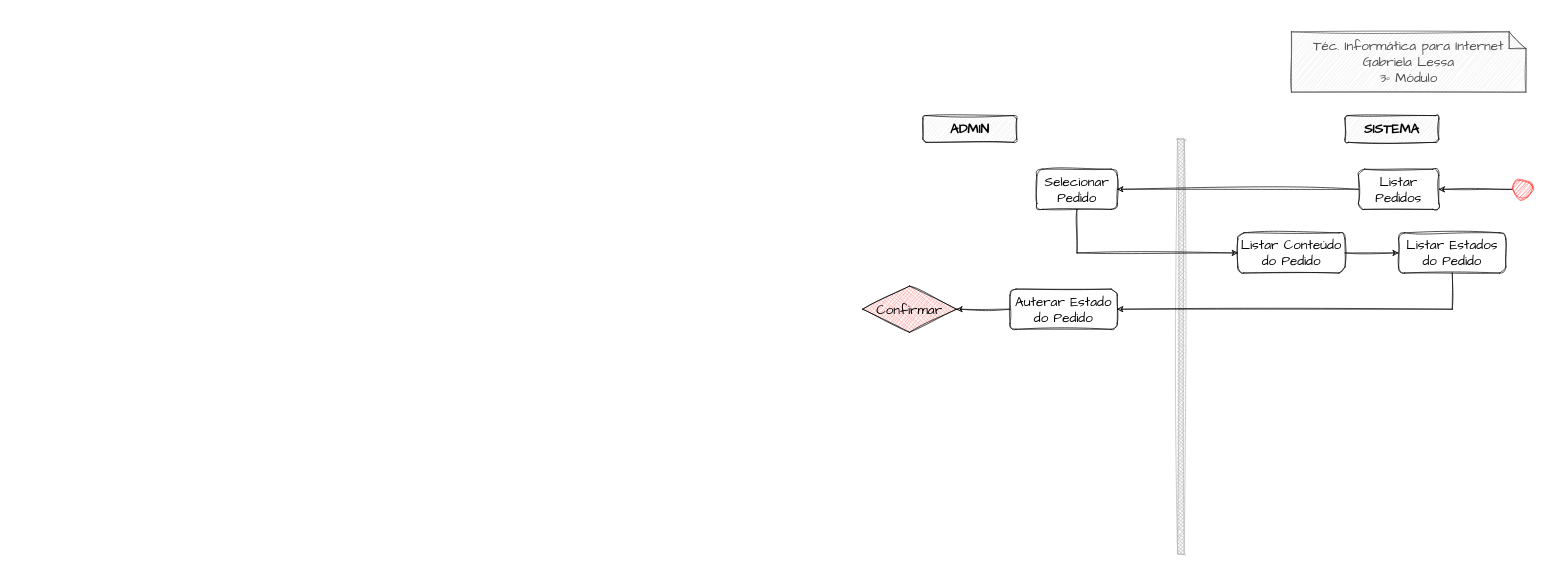
Earlier version of the draw.io diagram D.A - Gerenciando Pedidos.drawio (gabi-lessa/AnaliseProjetoSistemas). Source tidied: cells renumbered, new cells numbered last; positions are measured from the earlier drawing's top-left corner, leaving out a move shared by most shapes. Both pictures are drawn from the tidied source at 67%, with x=0, y=0 at pixel (862, 31).
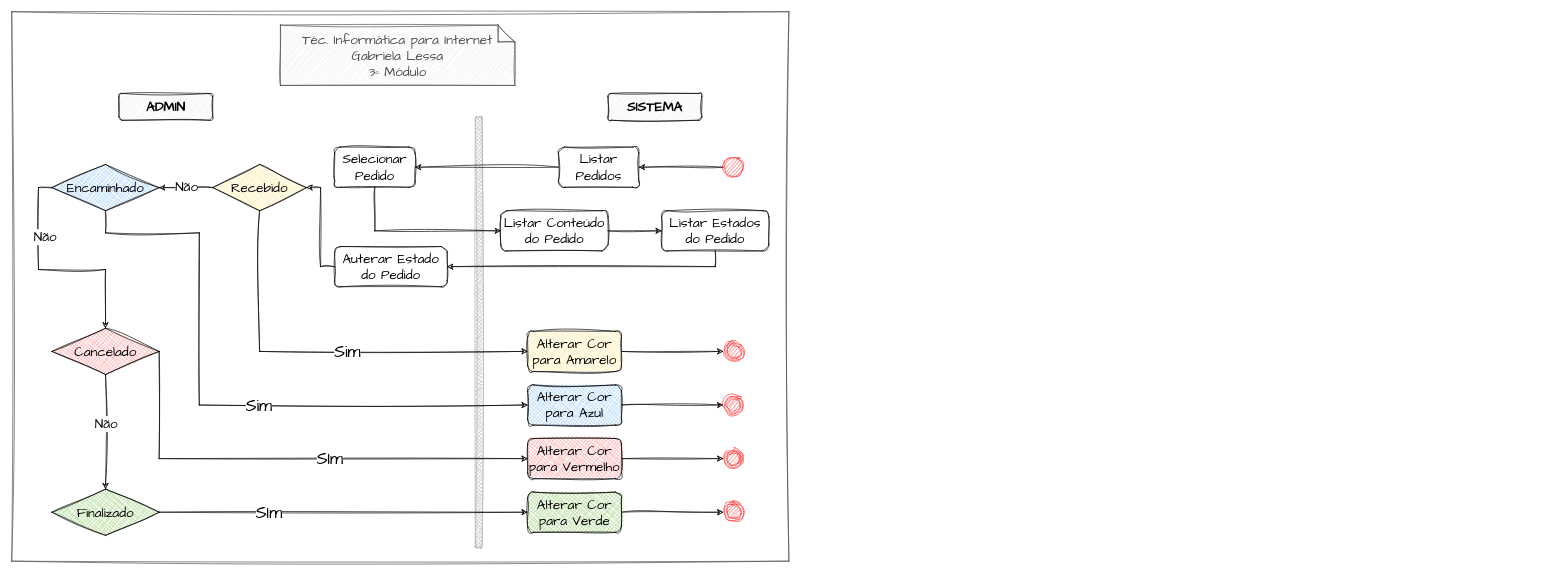
The same diagram, later.

The edit, as a diff of the source:
```diff
@@
-    <mxCell id="2" style="html=1;perimeter=orthogonalPerimeter;targetShapes=umlLifeline;newEdgeStyle={&quot;edgeStyle&quot;:&quot;elbowEdgeStyle&quot;,&quot;elbow&quot;:&quot;vertical&quot;,&quot;curved&quot;:0,&quot;rounded&quot;:0};hachureGap=4;fontFamily=Architects Daughter;fontSize=20;rounded=1;strokeWidth=1;fillColor=#B3B3B3;strokeColor=#B3B3B3;fillStyle=cross-hatch;sketch=1;curveFitting=1;jiggle=2;" parent="1" vertex="1">
-      <mxGeometry x="470" y="160" width="10" height="620" as="geometry" />
-    </mxCell>
+    <mxCell id="19" style="html=1;whiteSpace=wrap;sketch=1;hachureGap=4;jiggle=2;curveFitting=1;fontFamily=Architects Daughter;fontSize=20;fillColor=none;strokeColor=#4D4D4D;" parent="1" vertex="1">
+      <mxGeometry x="-1270" y="-30" width="1160" height="820" as="geometry" />
+    </mxCell>
+    <mxCell id="20" style="html=1;perimeter=orthogonalPerimeter;targetShapes=umlLifeline;newEdgeStyle={&quot;edgeStyle&quot;:&quot;elbowEdgeStyle&quot;,&quot;elbow&quot;:&quot;vertical&quot;,&quot;curved&quot;:0,&quot;rounded&quot;:0};hachureGap=4;fontFamily=Architects Daughter;fontSize=20;rounded=1;strokeWidth=1;fillColor=#B3B3B3;strokeColor=#B3B3B3;fillStyle=cross-hatch;sketch=1;curveFitting=1;jiggle=2;" parent="1" vertex="1">
+      <mxGeometry x="-578" y="127" width="10" height="643" as="geometry" />
+    </mxCell>
     <mxCell id="3" value="&lt;div style=&quot;border-color: var(--border-color);&quot;&gt;Téc. Informática para Internet&lt;/div&gt;&lt;div style=&quot;border-color: var(--border-color);&quot;&gt;&lt;span style=&quot;border-color: var(--border-color); background-color: initial;&quot;&gt;Gabriela Lessa&lt;/span&gt;&lt;/div&gt;&lt;div style=&quot;border-color: var(--border-color);&quot;&gt;&lt;span style=&quot;border-color: var(--border-color); background-color: initial;&quot;&gt;3º Módulo&lt;/span&gt;&lt;/div&gt;" style="shape=note2;boundedLbl=1;whiteSpace=wrap;html=1;size=25;verticalAlign=middle;align=center;hachureGap=4;fontFamily=Architects Daughter;fontSize=20;fillColor=#E6E6E6;rounded=0;fontColor=#4D4D4D;strokeColor=#4D4D4D;fillStyle=hachure;labelBorderColor=none;sketch=1;curveFitting=1;jiggle=2;" parent="1" vertex="1">
-      <mxGeometry x="640" width="350" height="90" as="geometry" />
+      <mxGeometry x="-869" y="-10" width="350" height="90" as="geometry" />
     </mxCell>
     <mxCell id="4" value="ADMIN" style="html=1;align=center;verticalAlign=middle;rounded=1;absoluteArcSize=1;arcSize=10;dashed=0;whiteSpace=wrap;hachureGap=4;fontFamily=Architects Daughter;fontSize=20;fillColor=#E6E6E6;fillStyle=hachure;fontStyle=1;sketch=1;curveFitting=1;jiggle=2;" parent="1" vertex="1">
-      <mxGeometry x="90" y="125" width="140" height="40" as="geometry" />
+      <mxGeometry x="-1110" y="92" width="140" height="40" as="geometry" />
     </mxCell>
     <mxCell id="5" value="SISTEMA" style="html=1;align=center;verticalAlign=middle;rounded=1;absoluteArcSize=1;arcSize=10;dashed=0;whiteSpace=wrap;hachureGap=4;fontFamily=Architects Daughter;fontSize=20;fillColor=#E6E6E6;fillStyle=hachure;fontStyle=1;sketch=1;curveFitting=1;jiggle=2;" parent="1" vertex="1">
-      <mxGeometry x="720" y="125" width="140" height="40" as="geometry" />
+      <mxGeometry x="-380" y="92" width="140" height="40" as="geometry" />
     </mxCell>
-    <mxCell id="6" style="edgeStyle=orthogonalEdgeStyle;rounded=0;hachureGap=4;jettySize=auto;html=1;entryX=1;entryY=0.5;entryDx=0;entryDy=0;fontFamily=Architects Daughter;fontSize=16;sketch=1;curveFitting=1;jiggle=2;" parent="1" edge="1" source="7" target="11">
-      <mxGeometry relative="1" as="geometry" />
-    </mxCell>
-    <mxCell id="7" style="ellipse;fillColor=strokeColor;html=1;hachureGap=4;fontFamily=Architects Daughter;fontSize=20;strokeColor=#FF3333;sketch=1;curveFitting=1;jiggle=2;" parent="1" vertex="1">
-      <mxGeometry x="970" y="220" width="30" height="30" as="geometry" />
-    </mxCell>
+    <mxCell id="21" style="edgeStyle=orthogonalEdgeStyle;rounded=0;hachureGap=4;jettySize=auto;html=1;entryX=1;entryY=0.5;entryDx=0;entryDy=0;fontFamily=Architects Daughter;fontSize=16;sketch=1;curveFitting=1;jiggle=2;" parent="1" edge="1" source="22" target="11">
+      <mxGeometry relative="1" as="geometry" />
+    </mxCell>
+    <mxCell id="22" style="ellipse;fillColor=strokeColor;html=1;hachureGap=4;fontFamily=Architects Daughter;fontSize=20;strokeColor=#FF3333;sketch=1;curveFitting=1;jiggle=2;" parent="1" vertex="1">
+      <mxGeometry x="-208" y="187" width="30" height="30" as="geometry" />
+    </mxCell>
@@
     <mxCell id="9" value="Selecionar&lt;br&gt;Pedido" style="rounded=1;whiteSpace=wrap;html=1;hachureGap=4;fontFamily=Architects Daughter;fontSize=20;fillColor=none;sketch=1;curveFitting=1;jiggle=2;" parent="1" vertex="1">
-      <mxGeometry x="260" y="205" width="120" height="60" as="geometry" />
+      <mxGeometry x="-788" y="172" width="120" height="60" as="geometry" />
     </mxCell>
@@
     <mxCell id="11" value="Listar Pedidos" style="rounded=1;whiteSpace=wrap;html=1;hachureGap=4;fontFamily=Architects Daughter;fontSize=20;fillColor=none;sketch=1;curveFitting=1;jiggle=2;" parent="1" vertex="1">
-      <mxGeometry x="740" y="205" width="120" height="60" as="geometry" />
+      <mxGeometry x="-454" y="172" width="120" height="60" as="geometry" />
     </mxCell>
@@
     <mxCell id="13" value="Listar Conteúdo do Pedido" style="rounded=1;whiteSpace=wrap;html=1;hachureGap=4;fontFamily=Architects Daughter;fontSize=20;fillColor=none;sketch=1;curveFitting=1;jiggle=2;" parent="1" vertex="1">
-      <mxGeometry x="560" y="300" width="160" height="60" as="geometry" />
+      <mxGeometry x="-540" y="267" width="160" height="60" as="geometry" />
     </mxCell>
@@
     <mxCell id="15" value="Listar Estados do Pedido" style="rounded=1;whiteSpace=wrap;html=1;hachureGap=4;fontFamily=Architects Daughter;fontSize=20;fillColor=none;sketch=1;curveFitting=1;jiggle=2;" parent="1" vertex="1">
-      <mxGeometry x="800" y="300" width="160" height="60" as="geometry" />
+      <mxGeometry x="-300" y="267" width="160" height="60" as="geometry" />
     </mxCell>
-    <mxCell id="16" style="edgeStyle=orthogonalEdgeStyle;rounded=0;hachureGap=4;jettySize=auto;html=1;entryX=1;entryY=0.5;entryDx=0;entryDy=0;fontFamily=Architects Daughter;fontSize=16;sketch=1;curveFitting=1;jiggle=2;" parent="1" edge="1" source="17" target="18">
-      <mxGeometry relative="1" as="geometry" />
-    </mxCell>
+    <mxCell id="23" style="edgeStyle=orthogonalEdgeStyle;rounded=0;hachureGap=4;jettySize=auto;html=1;entryX=1;entryY=0.5;entryDx=0;entryDy=0;fontFamily=Architects Daughter;fontSize=16;sketch=1;curveFitting=1;jiggle=2;" parent="1" edge="1" source="17" target="28">
+      <mxGeometry relative="1" as="geometry" />
+    </mxCell>
     <mxCell id="17" value="Auterar Estado do Pedido" style="rounded=1;whiteSpace=wrap;html=1;hachureGap=4;fontFamily=Architects Daughter;fontSize=20;fillColor=none;sketch=1;curveFitting=1;jiggle=2;" parent="1" vertex="1">
-      <mxGeometry x="220" y="384" width="160" height="60" as="geometry" />
+      <mxGeometry x="-788" y="320.5" width="168" height="60" as="geometry" />
     </mxCell>
-    <mxCell id="18" value="Confirmar" style="rhombus;whiteSpace=wrap;html=1;fillColor=#FF9999;hachureGap=4;fontFamily=Architects Daughter;fontSize=20;fillStyle=cross-hatch;sketch=1;curveFitting=1;jiggle=2;" parent="1" vertex="1">
-      <mxGeometry y="379.5" width="140" height="69" as="geometry" />
-    </mxCell>
+    <mxCell id="24" style="edgeStyle=orthogonalEdgeStyle;rounded=0;sketch=1;hachureGap=4;jiggle=2;curveFitting=1;jettySize=auto;html=1;fontFamily=Architects Daughter;fontSize=16;entryX=1;entryY=0.5;entryDx=0;entryDy=0;" parent="1" edge="1" source="28" target="31">
+      <mxGeometry relative="1" as="geometry" />
+    </mxCell>
+    <mxCell id="25" value="Não" style="edgeLabel;html=1;align=center;verticalAlign=middle;fontSize=20;fontFamily=Architects Daughter;" parent="24" vertex="1">
+      <mxGeometry x="0.25" y="-3" relative="1" as="geometry">
+        <mxPoint x="10" y="1" as="offset" />
+      </mxGeometry>
+    </mxCell>
+    <mxCell id="26" style="edgeStyle=orthogonalEdgeStyle;rounded=0;sketch=1;hachureGap=4;jiggle=2;curveFitting=1;jettySize=auto;html=1;entryX=0;entryY=0.5;entryDx=0;entryDy=0;fontFamily=Architects Daughter;fontSize=16;exitX=0.5;exitY=1;exitDx=0;exitDy=0;" parent="1" edge="1" source="28" target="43">
+      <mxGeometry relative="1" as="geometry" />
+    </mxCell>
+    <mxCell id="27" value="Sim" style="edgeLabel;html=1;align=center;verticalAlign=middle;fontSize=25;fontFamily=Architects Daughter;" parent="26" vertex="1">
+      <mxGeometry x="-0.16" y="2" relative="1" as="geometry">
+        <mxPoint x="84" y="2" as="offset" />
+      </mxGeometry>
+    </mxCell>
+    <mxCell id="28" value="Recebido" style="rhombus;whiteSpace=wrap;html=1;fillColor=#FFE599;hachureGap=4;fontFamily=Architects Daughter;fontSize=20;fillStyle=cross-hatch;sketch=1;curveFitting=1;jiggle=2;" parent="1" vertex="1">
+      <mxGeometry x="-970" y="198" width="140" height="69" as="geometry" />
+    </mxCell>
+    <mxCell id="29" style="edgeStyle=orthogonalEdgeStyle;rounded=0;sketch=1;hachureGap=4;jiggle=2;curveFitting=1;jettySize=auto;html=1;entryX=0;entryY=0.5;entryDx=0;entryDy=0;fontFamily=Architects Daughter;fontSize=16;exitX=0.5;exitY=1;exitDx=0;exitDy=0;" parent="1" edge="1" source="31" target="45">
+      <mxGeometry relative="1" as="geometry">
+        <Array as="points">
+          <mxPoint x="-1130" y="300" />
+          <mxPoint x="-990" y="300" />
+          <mxPoint x="-990" y="557" />
+        </Array>
+      </mxGeometry>
+    </mxCell>
+    <mxCell id="30" value="Sim" style="edgeLabel;html=1;align=center;verticalAlign=middle;fontSize=25;fontFamily=Architects Daughter;" parent="29" vertex="1">
+      <mxGeometry x="0.14" y="-7" relative="1" as="geometry">
+        <mxPoint x="-6" y="-7" as="offset" />
+      </mxGeometry>
+    </mxCell>
+    <mxCell id="31" value="Encaminhado" style="rhombus;whiteSpace=wrap;html=1;fillColor=#99CCFF;hachureGap=4;fontFamily=Architects Daughter;fontSize=20;fillStyle=cross-hatch;sketch=1;curveFitting=1;jiggle=2;" parent="1" vertex="1">
+      <mxGeometry x="-1210" y="198" width="160" height="69" as="geometry" />
+    </mxCell>
+    <mxCell id="32" style="edgeStyle=orthogonalEdgeStyle;rounded=0;sketch=1;hachureGap=4;jiggle=2;curveFitting=1;jettySize=auto;html=1;entryX=0;entryY=0.5;entryDx=0;entryDy=0;fontFamily=Architects Daughter;fontSize=16;exitX=1;exitY=0.5;exitDx=0;exitDy=0;" parent="1" edge="1" source="34" target="47">
+      <mxGeometry relative="1" as="geometry">
+        <Array as="points">
+          <mxPoint x="-1050" y="637" />
+        </Array>
+      </mxGeometry>
+    </mxCell>
+    <mxCell id="33" value="SIm" style="edgeLabel;html=1;align=center;verticalAlign=middle;fontSize=25;fontFamily=Architects Daughter;" parent="32" vertex="1">
+      <mxGeometry x="0.35" y="2" relative="1" as="geometry">
+        <mxPoint x="-65" y="2" as="offset" />
+      </mxGeometry>
+    </mxCell>
+    <mxCell id="34" value="Cancelado" style="rhombus;whiteSpace=wrap;html=1;fillColor=#FF9999;hachureGap=4;fontFamily=Architects Daughter;fontSize=20;fillStyle=cross-hatch;sketch=1;curveFitting=1;jiggle=2;" parent="1" vertex="1">
+      <mxGeometry x="-1210" y="442.5" width="160" height="69" as="geometry" />
+    </mxCell>
+    <mxCell id="35" style="edgeStyle=orthogonalEdgeStyle;rounded=0;sketch=1;hachureGap=4;jiggle=2;curveFitting=1;jettySize=auto;html=1;fontFamily=Architects Daughter;fontSize=16;entryX=0.5;entryY=0;entryDx=0;entryDy=0;exitX=0;exitY=0.5;exitDx=0;exitDy=0;" parent="1" edge="1" source="31" target="34">
+      <mxGeometry relative="1" as="geometry" />
+    </mxCell>
+    <mxCell id="36" value="Não" style="edgeLabel;html=1;align=center;verticalAlign=middle;fontSize=20;fontFamily=Architects Daughter;" parent="35" vertex="1">
+      <mxGeometry x="0.25" y="-3" relative="1" as="geometry">
+        <mxPoint x="-54" y="-52" as="offset" />
+      </mxGeometry>
+    </mxCell>
+    <mxCell id="37" style="edgeStyle=orthogonalEdgeStyle;rounded=0;sketch=1;hachureGap=4;jiggle=2;curveFitting=1;jettySize=auto;html=1;entryX=0;entryY=0.5;entryDx=0;entryDy=0;fontFamily=Architects Daughter;fontSize=16;exitX=1;exitY=0.5;exitDx=0;exitDy=0;" parent="1" edge="1" source="39" target="49">
+      <mxGeometry relative="1" as="geometry" />
+    </mxCell>
+    <mxCell id="38" value="SIm" style="edgeLabel;html=1;align=center;verticalAlign=middle;fontSize=25;fontFamily=Architects Daughter;" parent="37" vertex="1">
+      <mxGeometry x="0.43" y="-1" relative="1" as="geometry">
+        <mxPoint x="-230" y="-1" as="offset" />
+      </mxGeometry>
+    </mxCell>
+    <mxCell id="39" value="Finalizado" style="rhombus;whiteSpace=wrap;html=1;fillColor=#97D077;hachureGap=4;fontFamily=Architects Daughter;fontSize=20;fillStyle=cross-hatch;sketch=1;curveFitting=1;jiggle=2;" parent="1" vertex="1">
+      <mxGeometry x="-1210" y="682.5" width="160" height="69" as="geometry" />
+    </mxCell>
+    <mxCell id="40" style="edgeStyle=orthogonalEdgeStyle;rounded=0;sketch=1;hachureGap=4;jiggle=2;curveFitting=1;jettySize=auto;html=1;fontFamily=Architects Daughter;fontSize=16;entryX=0.5;entryY=0;entryDx=0;entryDy=0;exitX=0.5;exitY=1;exitDx=0;exitDy=0;" parent="1" edge="1" source="34" target="39">
+      <mxGeometry relative="1" as="geometry" />
+    </mxCell>
+    <mxCell id="41" value="Não" style="edgeLabel;html=1;align=center;verticalAlign=middle;fontSize=20;fontFamily=Architects Daughter;" parent="40" vertex="1">
+      <mxGeometry x="0.25" y="-3" relative="1" as="geometry">
+        <mxPoint x="3" y="-34" as="offset" />
+      </mxGeometry>
+    </mxCell>
+    <mxCell id="42" style="edgeStyle=orthogonalEdgeStyle;rounded=0;sketch=1;hachureGap=4;jiggle=2;curveFitting=1;jettySize=auto;html=1;entryX=0;entryY=0.5;entryDx=0;entryDy=0;fontFamily=Architects Daughter;fontSize=16;" parent="1" edge="1" source="43" target="50">
+      <mxGeometry relative="1" as="geometry" />
+    </mxCell>
+    <mxCell id="43" value="Alterar Cor para Amarelo" style="rounded=1;whiteSpace=wrap;html=1;hachureGap=4;fontFamily=Architects Daughter;fontSize=20;sketch=1;curveFitting=1;jiggle=2;fillStyle=cross-hatch;fillColor=#FFE599;" parent="1" vertex="1">
+      <mxGeometry x="-500" y="447" width="140" height="60" as="geometry" />
+    </mxCell>
+    <mxCell id="44" style="edgeStyle=orthogonalEdgeStyle;rounded=0;sketch=1;hachureGap=4;jiggle=2;curveFitting=1;jettySize=auto;html=1;entryX=0;entryY=0.5;entryDx=0;entryDy=0;fontFamily=Architects Daughter;fontSize=16;" parent="1" edge="1" source="45" target="51">
+      <mxGeometry relative="1" as="geometry" />
+    </mxCell>
+    <mxCell id="45" value="Alterar Cor para Azul" style="rounded=1;whiteSpace=wrap;html=1;hachureGap=4;fontFamily=Architects Daughter;fontSize=20;sketch=1;curveFitting=1;jiggle=2;fillStyle=cross-hatch;fillColor=#99CCFF;" parent="1" vertex="1">
+      <mxGeometry x="-500" y="527" width="140" height="60" as="geometry" />
+    </mxCell>
+    <mxCell id="46" style="edgeStyle=orthogonalEdgeStyle;rounded=0;sketch=1;hachureGap=4;jiggle=2;curveFitting=1;jettySize=auto;html=1;entryX=0;entryY=0.5;entryDx=0;entryDy=0;fontFamily=Architects Daughter;fontSize=16;" parent="1" edge="1" source="47" target="52">
+      <mxGeometry relative="1" as="geometry" />
+    </mxCell>
+    <mxCell id="47" value="Alterar Cor para Vermelho" style="rounded=1;whiteSpace=wrap;html=1;hachureGap=4;fontFamily=Architects Daughter;fontSize=20;sketch=1;curveFitting=1;jiggle=2;fillStyle=cross-hatch;fillColor=#FF9999;" parent="1" vertex="1">
+      <mxGeometry x="-500" y="607" width="140" height="60" as="geometry" />
+    </mxCell>
+    <mxCell id="48" style="edgeStyle=orthogonalEdgeStyle;rounded=0;sketch=1;hachureGap=4;jiggle=2;curveFitting=1;jettySize=auto;html=1;fontFamily=Architects Daughter;fontSize=16;" parent="1" edge="1" source="49" target="53">
+      <mxGeometry relative="1" as="geometry" />
+    </mxCell>
+    <mxCell id="49" value="Alterar Cor para Verde" style="rounded=1;whiteSpace=wrap;html=1;hachureGap=4;fontFamily=Architects Daughter;fontSize=20;sketch=1;curveFitting=1;jiggle=2;fillStyle=cross-hatch;fillColor=#97D077;" parent="1" vertex="1">
+      <mxGeometry x="-500" y="687" width="140" height="60" as="geometry" />
+    </mxCell>
+    <mxCell id="50" style="ellipse;html=1;shape=endState;sketch=1;hachureGap=4;jiggle=2;curveFitting=1;fontFamily=Architects Daughter;fontSize=20;fillStyle=hachure;fillColor=#FF3333;strokeColor=#FF3333;" parent="1" vertex="1">
+      <mxGeometry x="-208" y="462" width="30" height="30" as="geometry" />
+    </mxCell>
+    <mxCell id="51" style="ellipse;html=1;shape=endState;sketch=1;hachureGap=4;jiggle=2;curveFitting=1;fontFamily=Architects Daughter;fontSize=20;fillStyle=hachure;fillColor=#FF3333;strokeColor=#FF3333;" parent="1" vertex="1">
+      <mxGeometry x="-208" y="542" width="30" height="30" as="geometry" />
+    </mxCell>
+    <mxCell id="52" style="ellipse;html=1;shape=endState;sketch=1;hachureGap=4;jiggle=2;curveFitting=1;fontFamily=Architects Daughter;fontSize=20;fillStyle=hachure;fillColor=#FF3333;strokeColor=#FF3333;" parent="1" vertex="1">
+      <mxGeometry x="-208" y="622" width="30" height="30" as="geometry" />
+    </mxCell>
+    <mxCell id="53" style="ellipse;html=1;shape=endState;sketch=1;hachureGap=4;jiggle=2;curveFitting=1;fontFamily=Architects Daughter;fontSize=20;fillStyle=hachure;fillColor=#FF3333;strokeColor=#FF3333;" parent="1" vertex="1">
+      <mxGeometry x="-208" y="702" width="30" height="30" as="geometry" />
+    </mxCell>
```
